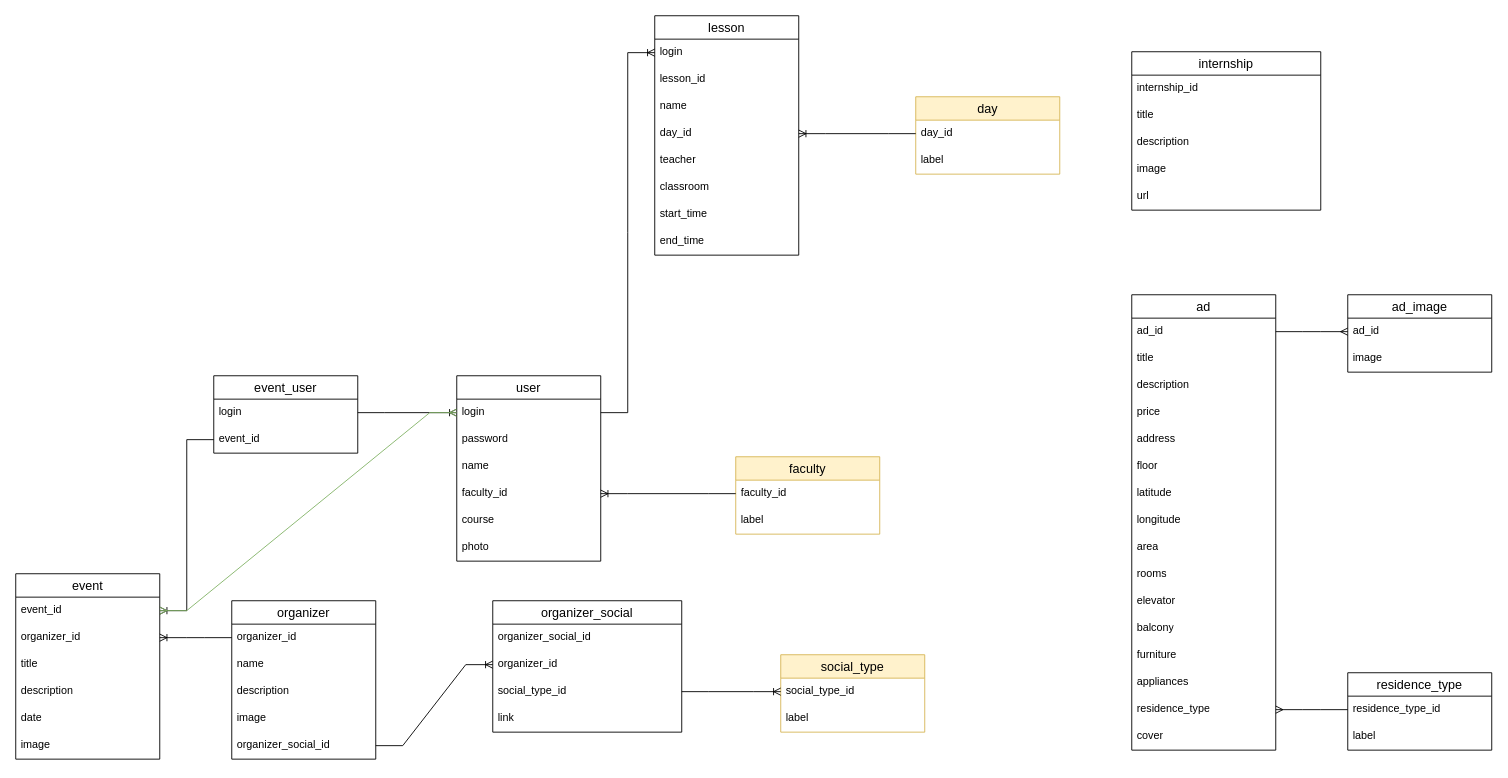
This is additional/database_schema.drawio from nyasturano/student-life, a draw.io file, before an edit. Source tidied: cells renumbered, new cells numbered last; positions are measured from the earlier drawing's top-left corner, leaving out a move shared by most shapes. Both pictures are drawn from the tidied source at 90%, with x=0, y=0 at pixel (15, 15).
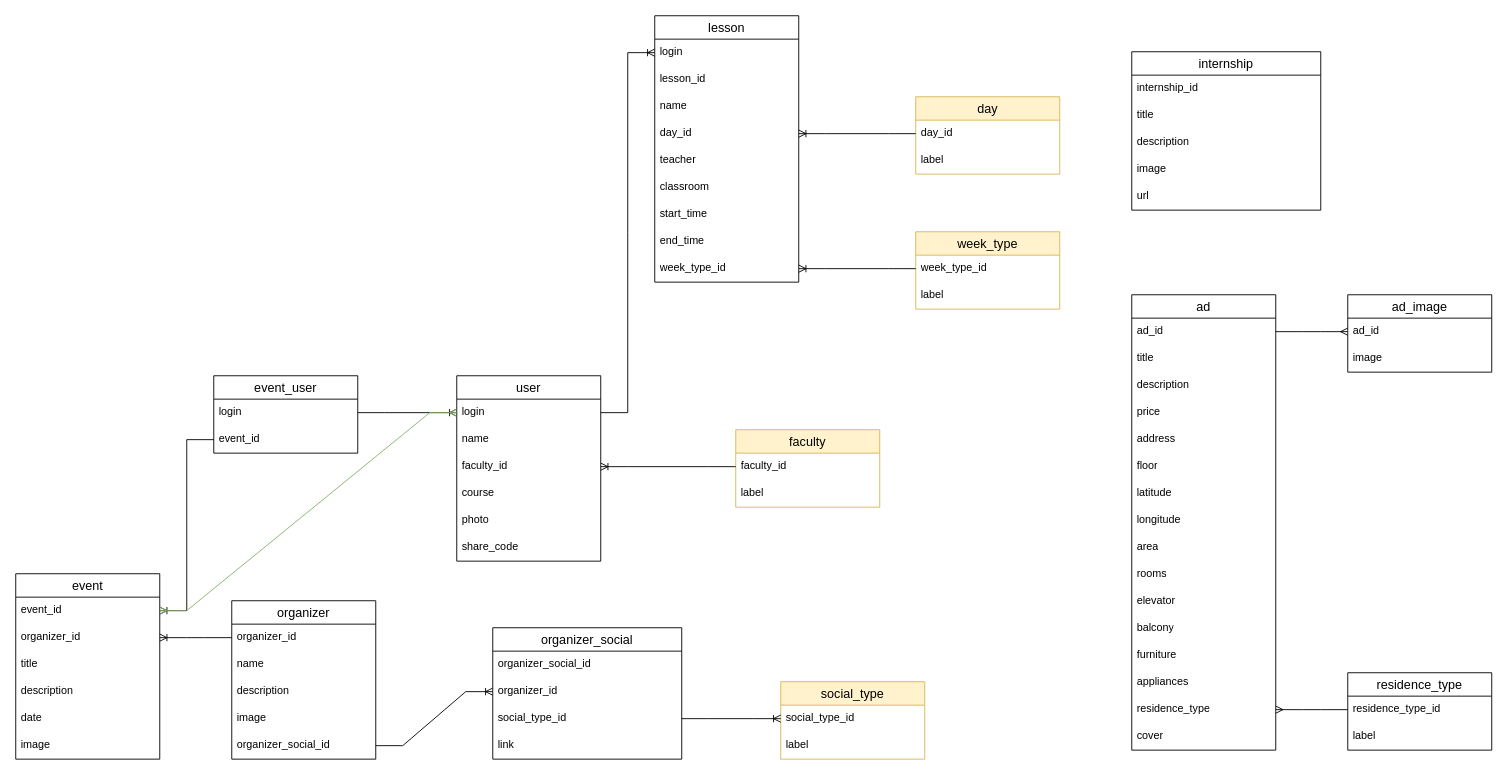
The same diagram, later.

The change refers to these unchanged cells:
```xml
<mxCell id="9" value="user" style="swimlane;fontStyle=0;horizontal=1;startSize=26;align=center;fontSize=14;" parent="1" vertex="1">
  <mxGeometry x="490" y="400" width="160" height="206" as="geometry" />
</mxCell>
```

What changed in the source:
```diff
@@
-    <mxCell id="11" value="password" style="text;strokeColor=none;fillColor=none;spacingLeft=4;spacingRight=4;overflow=hidden;fontSize=12;whiteSpace=wrap;html=1;" parent="9" vertex="1">
-      <mxGeometry y="56" width="160" height="30" as="geometry" />
-    </mxCell>
     <mxCell id="12" value="name" style="text;strokeColor=none;fillColor=none;spacingLeft=4;spacingRight=4;overflow=hidden;fontSize=12;whiteSpace=wrap;html=1;" parent="9" vertex="1">
-      <mxGeometry y="86" width="160" height="30" as="geometry" />
+      <mxGeometry y="56" width="160" height="30" as="geometry" />
     </mxCell>
     <mxCell id="13" value="faculty_id" style="text;strokeColor=none;fillColor=none;spacingLeft=4;spacingRight=4;overflow=hidden;points=[[0,0.5],[1,0.5]];portConstraint=eastwest;fontSize=12;whiteSpace=wrap;html=1;" parent="9" vertex="1">
-      <mxGeometry y="116" width="160" height="30" as="geometry" />
+      <mxGeometry y="86" width="160" height="30" as="geometry" />
     </mxCell>
     <mxCell id="14" value="course" style="text;strokeColor=none;fillColor=none;spacingLeft=4;spacingRight=4;overflow=hidden;fontSize=12;whiteSpace=wrap;html=1;" parent="9" vertex="1">
-      <mxGeometry y="146" width="160" height="30" as="geometry" />
+      <mxGeometry y="116" width="160" height="30" as="geometry" />
     </mxCell>
     <mxCell id="15" value="photo" style="text;strokeColor=none;fillColor=none;spacingLeft=4;spacingRight=4;overflow=hidden;fontSize=12;whiteSpace=wrap;html=1;" parent="9" vertex="1">
-      <mxGeometry y="176" width="160" height="30" as="geometry" />
+      <mxGeometry y="146" width="160" height="30" as="geometry" />
     </mxCell>
+    <mxCell id="88" value="share_code" style="text;strokeColor=none;fillColor=none;spacingLeft=4;spacingRight=4;overflow=hidden;fontSize=12;whiteSpace=wrap;html=1;" parent="9" vertex="1">
+      <mxGeometry y="176" width="160" height="30" as="geometry" />
+    </mxCell>
@@
     <mxCell id="22" value="organizer_social" style="swimlane;fontStyle=0;horizontal=1;startSize=26;align=center;fontSize=14;" parent="1" vertex="1">
-      <mxGeometry x="530" y="650" width="210" height="146" as="geometry" />
+      <mxGeometry x="530" y="680" width="210" height="146" as="geometry" />
     </mxCell>
@@
     <mxCell id="27" value="social_type" style="swimlane;fontStyle=0;horizontal=1;startSize=26;align=center;fontSize=14;fillColor=#fff2cc;strokeColor=#d6b656;" parent="1" vertex="1">
-      <mxGeometry x="850" y="710" width="160" height="86" as="geometry" />
+      <mxGeometry x="850" y="740" width="160" height="86" as="geometry" />
     </mxCell>
@@
     <mxCell id="65" value="lesson" style="swimlane;fontStyle=0;horizontal=1;startSize=26;align=center;fontSize=14;" parent="1" vertex="1">
-      <mxGeometry x="710" width="160" height="266" as="geometry" />
+      <mxGeometry x="710" width="160" height="296" as="geometry" />
     </mxCell>
@@
+    <mxCell id="89" value="week_type_id" style="text;strokeColor=none;fillColor=none;spacingLeft=4;spacingRight=4;overflow=hidden;points=[[0,0.5],[1,0.5]];portConstraint=eastwest;fontSize=12;whiteSpace=wrap;html=1;" parent="65" vertex="1">
+      <mxGeometry y="266" width="160" height="30" as="geometry" />
+    </mxCell>
@@
     <mxCell id="79" value="faculty" style="swimlane;fontStyle=0;horizontal=1;startSize=26;align=center;fontSize=14;fillColor=#fff2cc;strokeColor=#d6b656;" parent="1" vertex="1">
-      <mxGeometry x="800" y="490" width="160" height="86" as="geometry" />
+      <mxGeometry x="800" y="460" width="160" height="86" as="geometry" />
     </mxCell>
@@
+    <mxCell id="90" value="week_type" style="swimlane;fontStyle=0;horizontal=1;startSize=26;align=center;fontSize=14;fillColor=#fff2cc;strokeColor=#d6b656;" parent="1" vertex="1">
+      <mxGeometry x="1000" y="240" width="160" height="86" as="geometry" />
+    </mxCell>
+    <mxCell id="91" value="week_type_id" style="text;strokeColor=none;fillColor=none;spacingLeft=4;spacingRight=4;overflow=hidden;points=[[0,0.5],[1,0.5]];portConstraint=eastwest;fontSize=12;whiteSpace=wrap;html=1;" parent="90" vertex="1">
+      <mxGeometry y="26" width="160" height="30" as="geometry" />
+    </mxCell>
+    <mxCell id="92" value="label" style="text;strokeColor=none;fillColor=none;spacingLeft=4;spacingRight=4;overflow=hidden;fontSize=12;whiteSpace=wrap;html=1;" parent="90" vertex="1">
+      <mxGeometry y="56" width="160" height="30" as="geometry" />
+    </mxCell>
+    <mxCell id="93" style="edgeStyle=entityRelationEdgeStyle;fontSize=12;html=1;endArrow=ERoneToMany;rounded=0;exitX=0;exitY=0.5;exitDx=0;exitDy=0;" parent="1" edge="1" source="91" target="89">
+      <mxGeometry relative="1" as="geometry" />
+    </mxCell>
```
